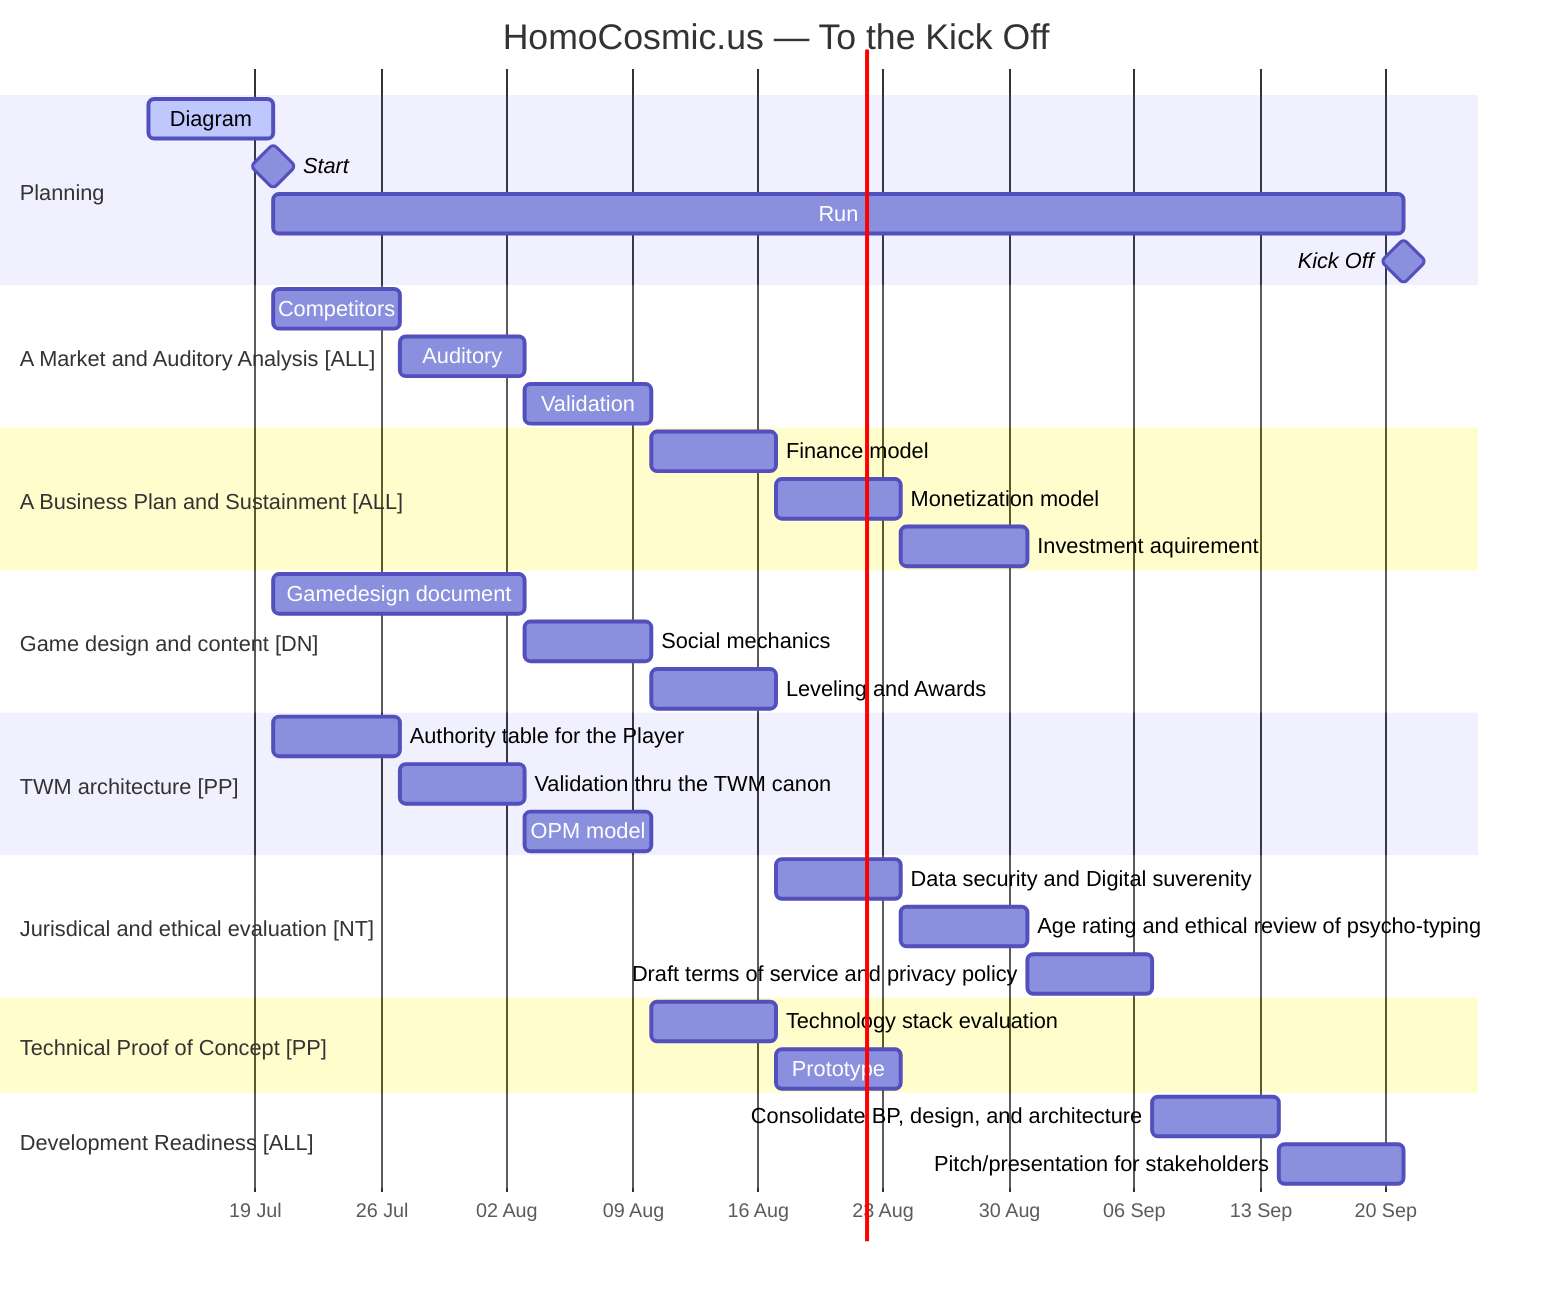
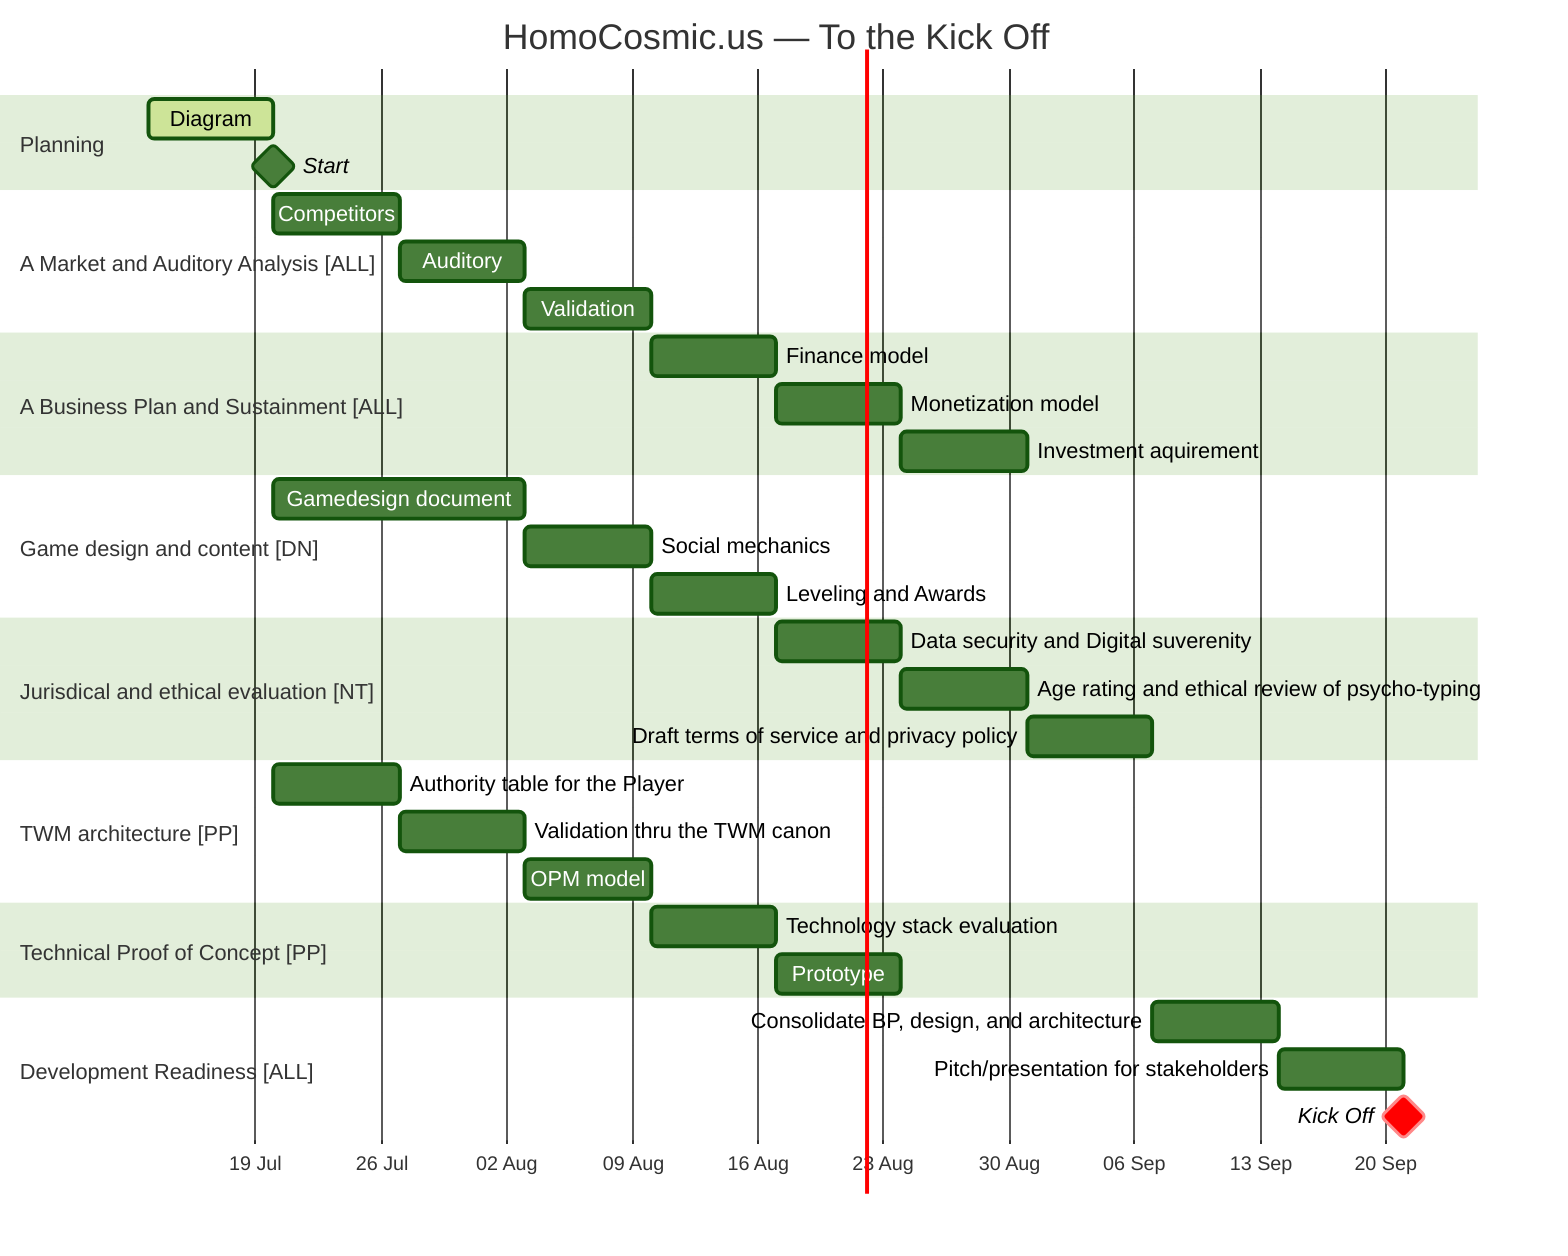
+ ---
+ config:
+   theme: forest
+   fontFamily: '''Inter Variable'', sans-serif'
+ ---
gantt
    title HomoCosmic.us — To the Kick Off
    dateFormat  YYYY-MM-DD
    axisFormat  %d %b
    todayMarker on

    section Planning
    Diagram                                                             :active, z1, 2026-07-13, 1w
    Start                                                               :milestone, start, after z1, 0d
-     Run                                                                 :run, after start, 9w
-     Kick Off                                                            :milestone, after run, 0d

    section A Market and Auditory Analysis [ALL]
    Competitors                                                         :a1, after start, 1w
    Auditory                                                            :a2, after a1, 1w
    Validation                                                          :a3, after a2, 1w

    section A Business Plan and Sustainment [ALL]
    Finance model                                                       :b1, after a3, 1w
    Monetization model                                                  :b2, after b1, 1w
    Investment aquirement                                               :b3, after b2, 1w

    section Game design and content [DN]
    Gamedesign document                                                 :g1, after start, 2w
    Social mechanics                                                    :g2, after g1, 1w
    Leveling and Awards                                                 :g3, after g2, 1w

+     section Jurisdical and ethical evaluation [NT]
+     Data security and Digital suverenity                                :e1, after g3, 1w
+     Age rating and ethical review of psycho-typing                      :e2, after e1, 1w
+     Draft terms of service and privacy policy                           :e3, after e2, 1w
+ 
    section TWM architecture [PP]
    Authority table for the Player                                      :t1, after z1, 1w
    Validation thru the TWM canon                                       :t2, after t1, 1w
    OPM model                                                           :t3, after t2, 1w
- 
-     section Jurisdical and ethical evaluation [NT]
-     Data security and Digital suverenity                                :e1, after g3, 1w
-     Age rating and ethical review of psycho-typing                      :e2, after e1, 1w
-     Draft terms of service and privacy policy                           :e3, after e2, 1w

    section Technical Proof of Concept [PP]
    Technology stack evaluation                                         :p1, after t3, 1w
    Prototype: Gate and first Tree birth flow                           :p2, after p1, 1w

    section Development Readiness [ALL]
-     Consolidate BP, design, and architecture                            :r1, after e3, 1w
+     Consolidate BP, design, and architecture                            :r1, after e3 b3 p2, 1w
    Pitch/presentation for stakeholders                                 :r2, after r1, 1w
+     Kick Off                                                            :crit, milestone, after r2, 0d
